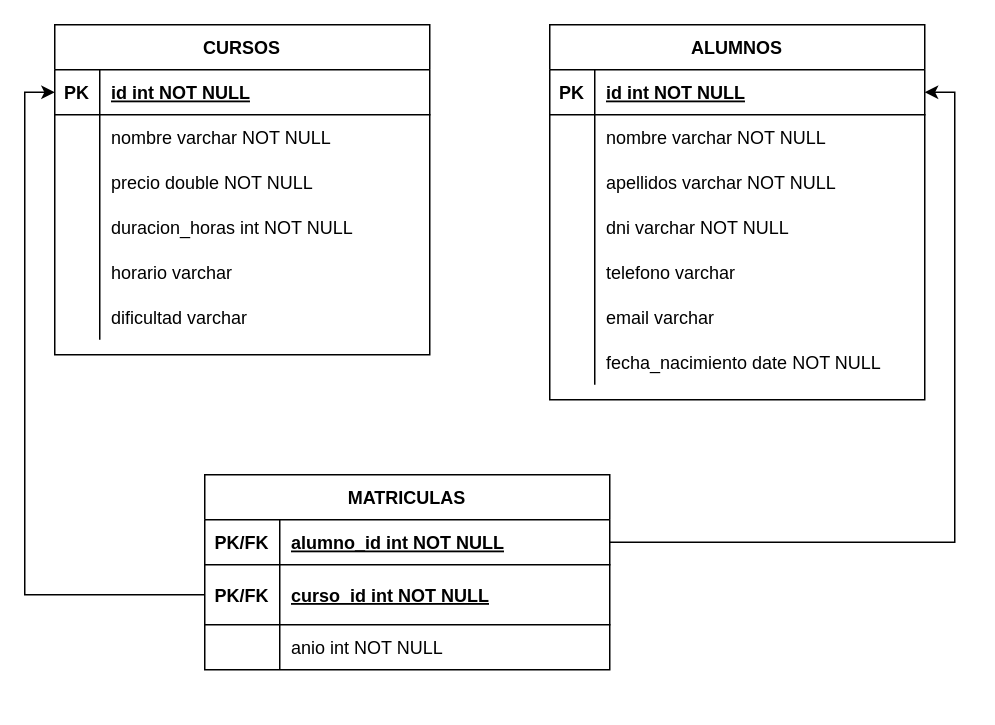
The draw.io diagram BBDD/Ejercicio2.drawio in mariagomgod/Bootcamp, before the edit. Source tidied: cells renumbered, new cells numbered last; positions are measured from the earlier drawing's top-left corner, leaving out a move shared by most shapes. Both pictures are drawn from the tidied source at 150%, with x=0, y=0 at pixel (54, 24).
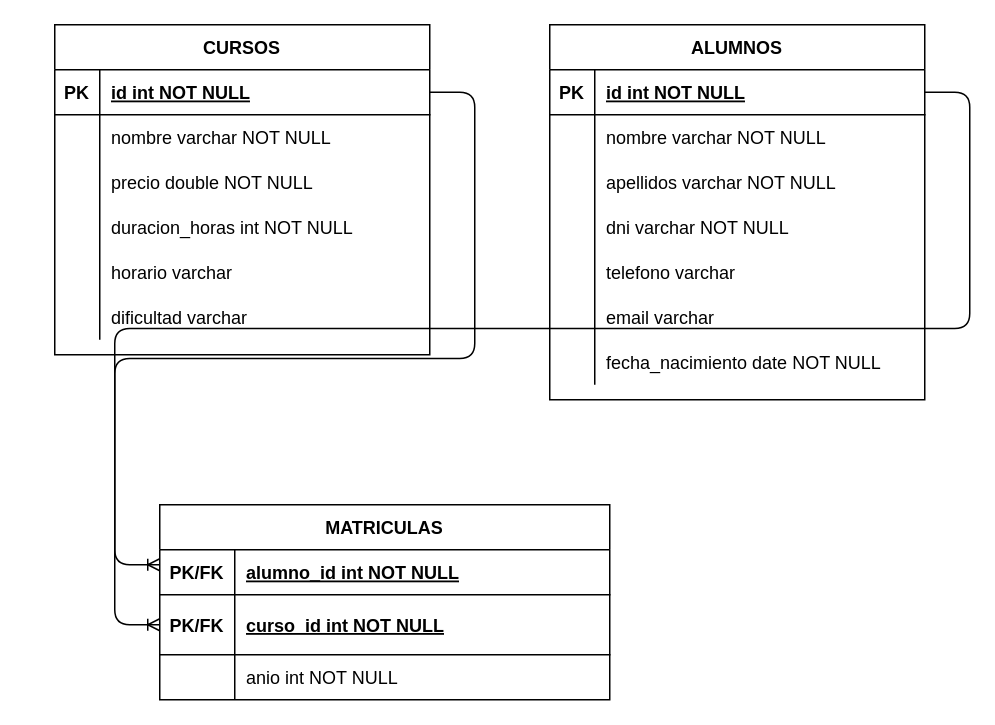
After the change.

Unchanged cells that the change refers to:
```xml
<mxCell id="3" style="shape=partialRectangle;fillColor=none;points=[[0,0.5],[1,0.5]];portConstraint=eastwest;top=0;left=0;right=0;bottom=1;" parent="2" vertex="1">
  <mxGeometry y="30" width="250" height="30" as="geometry" />
</mxCell>
<mxCell id="35" style="shape=partialRectangle;fillColor=none;points=[[0,0.5],[1,0.5]];portConstraint=eastwest;top=0;left=0;right=0;bottom=1;" parent="34" vertex="1">
  <mxGeometry y="30" width="250" height="30" as="geometry" />
</mxCell>
```

What changed in the source:
```diff
@@
     <mxCell id="24" value="MATRICULAS" style="shape=table;startSize=30;childLayout=tableLayout;rowLines=0;fontStyle=1;align=center;" parent="1" vertex="1">
-      <mxGeometry x="100" y="300" width="270" height="130" as="geometry" />
+      <mxGeometry x="70" y="320" width="300" height="130" as="geometry" />
     </mxCell>
     <mxCell id="25" style="shape=partialRectangle;fillColor=none;points=[[0,0.5],[1,0.5]];portConstraint=eastwest;top=0;left=0;right=0;bottom=1;" parent="24" vertex="1">
-      <mxGeometry y="30" width="270" height="30" as="geometry" />
+      <mxGeometry y="30" width="300" height="30" as="geometry" />
     </mxCell>
@@
     <mxCell id="27" value="alumno_id int NOT NULL " style="shape=partialRectangle;overflow=hidden;fillColor=none;top=0;left=0;bottom=0;right=0;align=left;spacingLeft=6;fontStyle=5;" parent="25" vertex="1">
-      <mxGeometry x="50" width="220" height="30" as="geometry" />
+      <mxGeometry x="50" width="250" height="30" as="geometry" />
     </mxCell>
-    <mxCell id="28" style="shape=partialRectangle;fillColor=none;points=[[0,0.5],[1,0.5]];portConstraint=eastwest;top=0;left=0;right=0;bottom=1;" parent="24" vertex="1">
-      <mxGeometry y="60" width="270" height="40" as="geometry" />
-    </mxCell>
+    <mxCell id="55" style="shape=partialRectangle;fillColor=none;top=0;left=0;right=0;bottom=1;" parent="24" vertex="1">
+      <mxGeometry y="60" width="300" height="40" as="geometry" />
+    </mxCell>
-    <mxCell id="29" value="PK/FK" style="shape=partialRectangle;overflow=hidden;fillColor=none;top=0;left=0;bottom=0;right=0;fontStyle=1;" parent="28" vertex="1">
+    <mxCell id="29" value="PK/FK" style="shape=partialRectangle;overflow=hidden;fillColor=none;top=0;left=0;bottom=0;right=0;fontStyle=1;" parent="55" vertex="1">
       <mxGeometry width="50" height="40" as="geometry" />
     </mxCell>
-    <mxCell id="30" value="curso_id int NOT NULL" style="shape=partialRectangle;overflow=hidden;fillColor=none;top=0;left=0;bottom=0;right=0;align=left;spacingLeft=6;fontStyle=5;" parent="28" vertex="1">
-      <mxGeometry x="50" width="220" height="40" as="geometry" />
+    <mxCell id="30" value="curso_id int NOT NULL" style="shape=partialRectangle;overflow=hidden;fillColor=none;top=0;left=0;bottom=0;right=0;align=left;spacingLeft=6;fontStyle=5;" parent="55" vertex="1">
+      <mxGeometry x="50" width="250" height="40" as="geometry" />
     </mxCell>
     <mxCell id="31" style="shape=partialRectangle;fillColor=none;top=0;left=0;right=0;bottom=0;" parent="24" vertex="1">
-      <mxGeometry y="100" width="270" height="30" as="geometry" />
+      <mxGeometry y="100" width="300" height="30" as="geometry" />
     </mxCell>
@@
     <mxCell id="33" value="anio int NOT NULL" style="shape=partialRectangle;overflow=hidden;fillColor=none;top=0;left=0;bottom=0;right=0;align=left;spacingLeft=6;" parent="31" vertex="1">
-      <mxGeometry x="50" width="220" height="30" as="geometry" />
+      <mxGeometry x="50" width="250" height="30" as="geometry" />
     </mxCell>
@@
-    <mxCell id="53" style="edgeStyle=orthogonalEdgeStyle;rounded=0;jettySize=auto;html=1;exitX=1;exitY=0.5;exitDx=0;exitDy=0;entryX=1;entryY=0.5;entryDx=0;entryDy=0;" parent="1" edge="1" source="25" target="3">
-      <mxGeometry relative="1" as="geometry" />
-    </mxCell>
-    <mxCell id="54" style="edgeStyle=orthogonalEdgeStyle;rounded=0;jettySize=auto;html=1;exitX=0;exitY=0.5;exitDx=0;exitDy=0;entryX=0;entryY=0.5;entryDx=0;entryDy=0;" parent="1" edge="1" source="28" target="35">
-      <mxGeometry relative="1" as="geometry" />
-    </mxCell>
+    <mxCell id="56" style="edgeStyle=entityRelationEdgeStyle;fontSize=12;html=1;endArrow=ERoneToMany;exitX=1;exitY=0.5;exitDx=0;exitDy=0;" parent="1" edge="1" source="35">
+      <mxGeometry relative="1" as="geometry">
+        <mxPoint x="70" y="400" as="targetPoint" />
+      </mxGeometry>
+    </mxCell>
+    <mxCell id="57" style="edgeStyle=entityRelationEdgeStyle;fontSize=12;html=1;endArrow=ERoneToMany;exitX=1;exitY=0.5;exitDx=0;exitDy=0;" parent="1" edge="1" source="3">
+      <mxGeometry relative="1" as="geometry">
+        <mxPoint x="70" y="360" as="targetPoint" />
+      </mxGeometry>
+    </mxCell>
```
